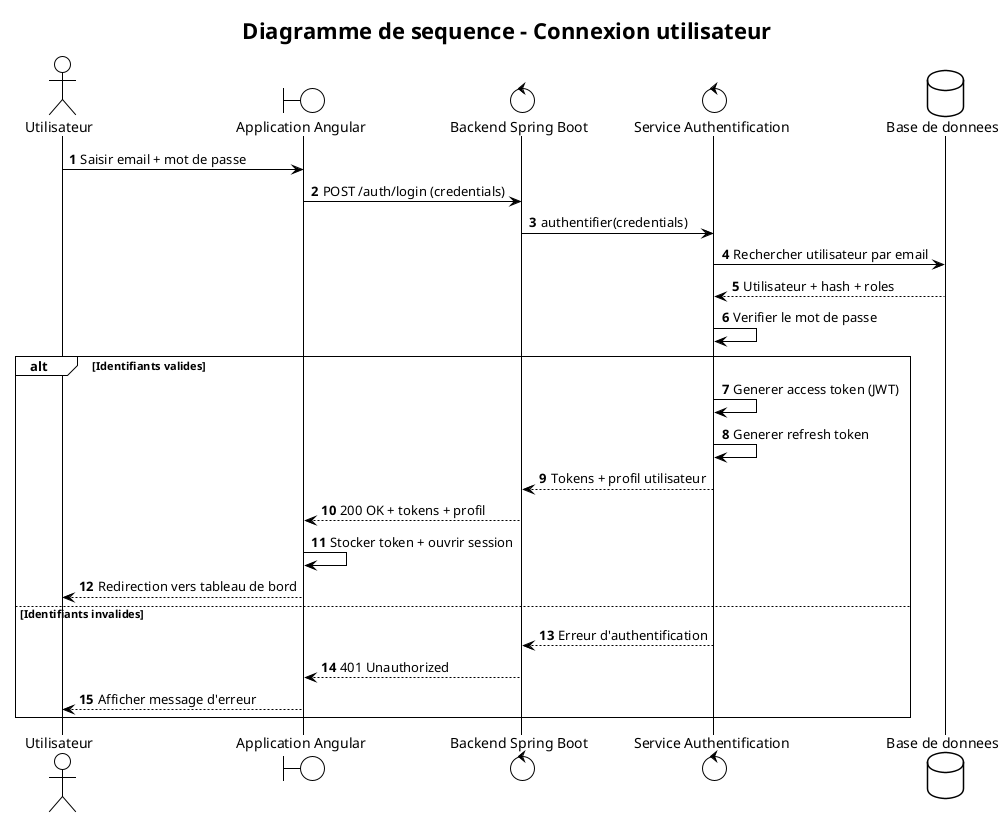
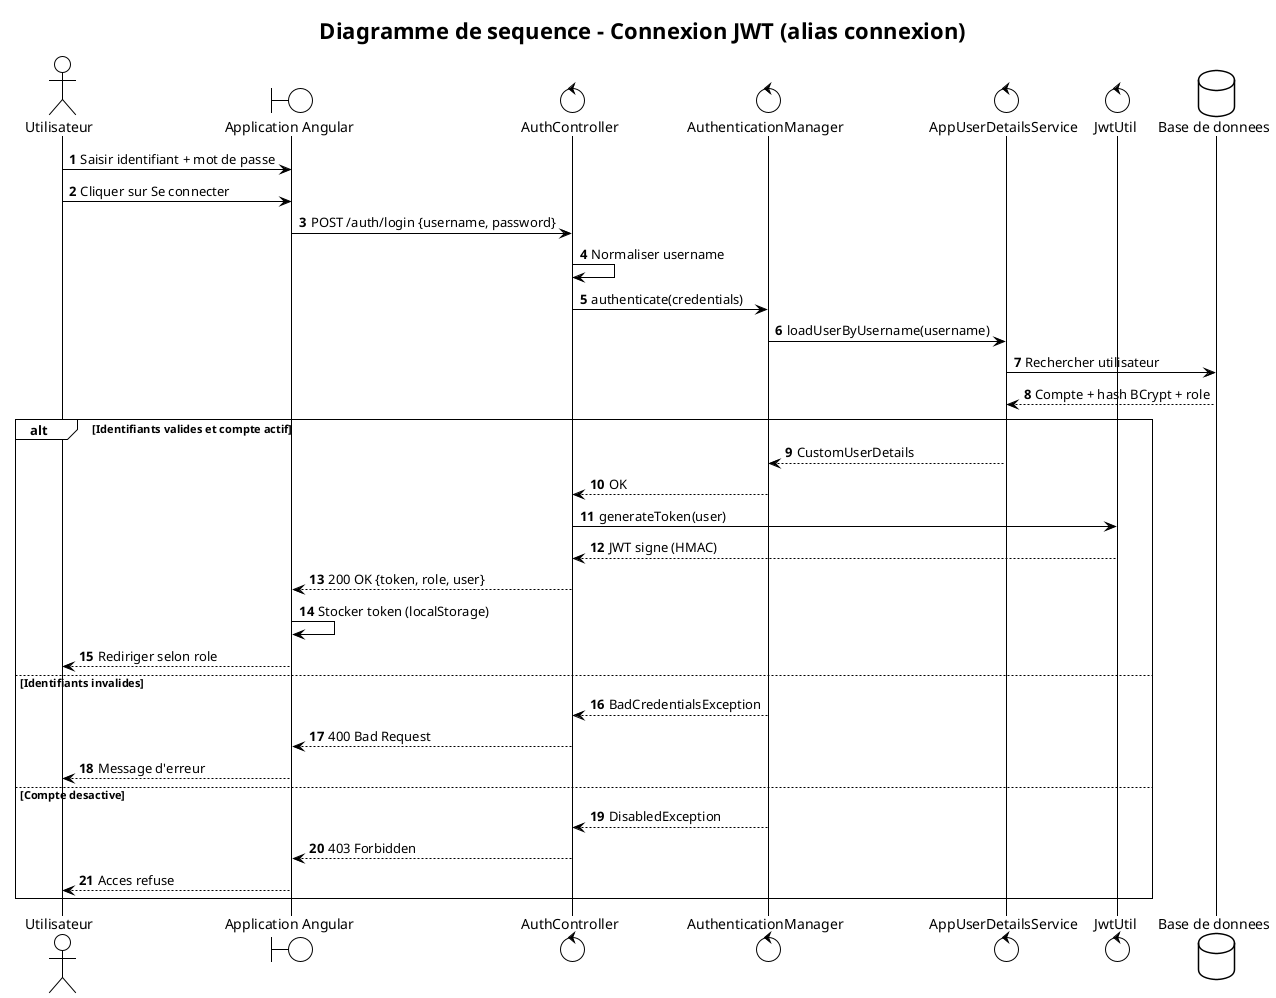
@startuml
!theme plain

- title Diagramme de sequence - Connexion utilisateur
+ title Diagramme de sequence - Connexion JWT (alias connexion)

autonumber

actor Utilisateur
boundary Frontend as "Application Angular"
- control API as "Backend Spring Boot"
- control AuthService as "Service Authentification"
+ control AuthController as "AuthController"
+ control AuthManager as "AuthenticationManager"
+ control UserDetails as "AppUserDetailsService"
+ control JwtUtil as "JwtUtil"
database DB as "Base de donnees"

- Utilisateur -> Frontend: Saisir email + mot de passe
- Frontend -> API: POST /auth/login (credentials)
- API -> AuthService: authentifier(credentials)
- AuthService -> DB: Rechercher utilisateur par email
- DB --> AuthService: Utilisateur + hash + roles
- AuthService -> AuthService: Verifier le mot de passe
+ Utilisateur -> Frontend: Saisir identifiant + mot de passe
+ Utilisateur -> Frontend: Cliquer sur Se connecter
+ Frontend -> AuthController: POST /auth/login {username, password}

- alt Identifiants valides
- 	AuthService -> AuthService: Generer access token (JWT)
- 	AuthService -> AuthService: Generer refresh token
- 	AuthService --> API: Tokens + profil utilisateur
- 	API --> Frontend: 200 OK + tokens + profil
- 	Frontend -> Frontend: Stocker token + ouvrir session
- 	Frontend --> Utilisateur: Redirection vers tableau de bord
+ AuthController -> AuthController: Normaliser username
+ AuthController -> AuthManager: authenticate(credentials)
+ AuthManager -> UserDetails: loadUserByUsername(username)
+ UserDetails -> DB: Rechercher utilisateur
+ DB --> UserDetails: Compte + hash BCrypt + role
+ 
+ alt Identifiants valides et compte actif
+ 	UserDetails --> AuthManager: CustomUserDetails
+ 	AuthManager --> AuthController: OK
+ 	AuthController -> JwtUtil: generateToken(user)
+ 	JwtUtil --> AuthController: JWT signe (HMAC)
+ 	AuthController --> Frontend: 200 OK {token, role, user}
+ 	Frontend -> Frontend: Stocker token (localStorage)
+ 	Frontend --> Utilisateur: Rediriger selon role
else Identifiants invalides
- 	AuthService --> API: Erreur d'authentification
- 	API --> Frontend: 401 Unauthorized
- 	Frontend --> Utilisateur: Afficher message d'erreur
+ 	AuthManager --> AuthController: BadCredentialsException
+ 	AuthController --> Frontend: 400 Bad Request
+ 	Frontend --> Utilisateur: Message d'erreur
+ else Compte desactive
+ 	AuthManager --> AuthController: DisabledException
+ 	AuthController --> Frontend: 403 Forbidden
+ 	Frontend --> Utilisateur: Acces refuse
end

@enduml
